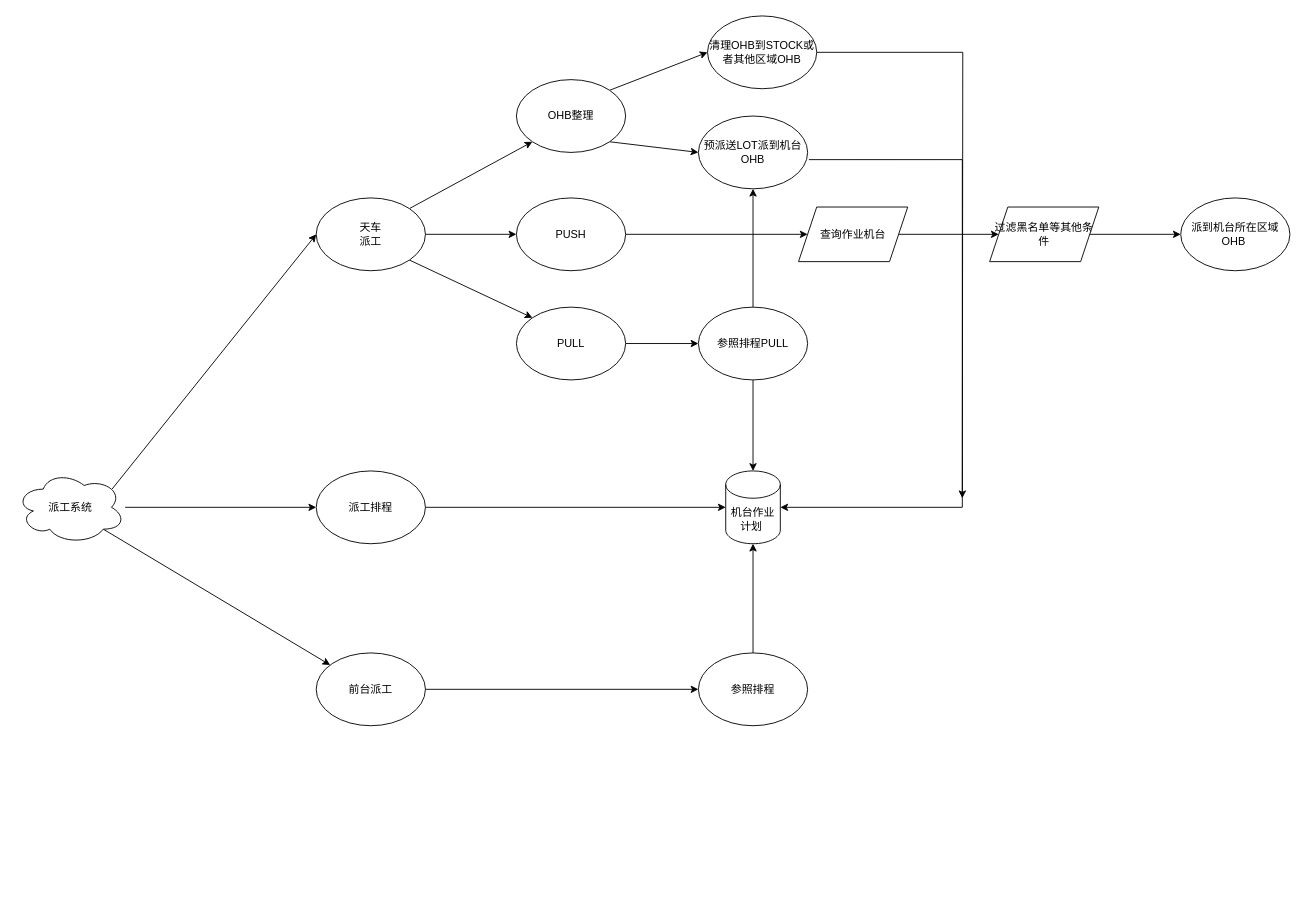
Earlier version of the draw.io diagram 派工.drawio (qingchunji/drawio). Source tidied: cells renumbered, new cells numbered last; positions are measured from the earlier drawing's top-left corner, leaving out a move shared by most shapes. Both pictures are drawn from the tidied source at 91%, with x=0, y=0 at pixel (15, 15).
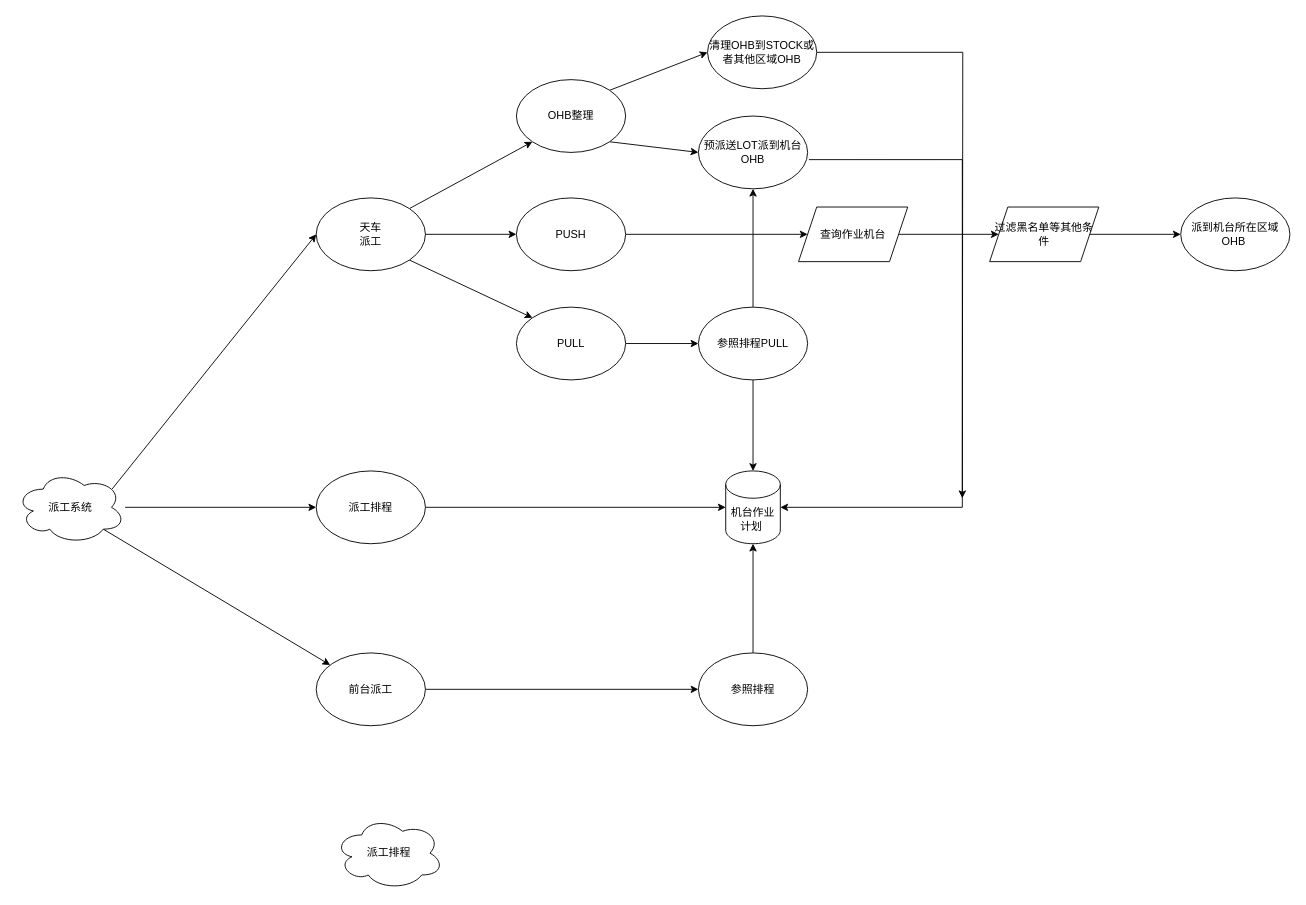
The same page after the edit.

What changed in the source:
```diff
@@
+    <mxCell id="36" value="派工排程" style="ellipse;shape=cloud;whiteSpace=wrap;html=1;" parent="1" vertex="1">
+      <mxGeometry x="350" y="880" width="120" height="80" as="geometry" />
+    </mxCell>
```
